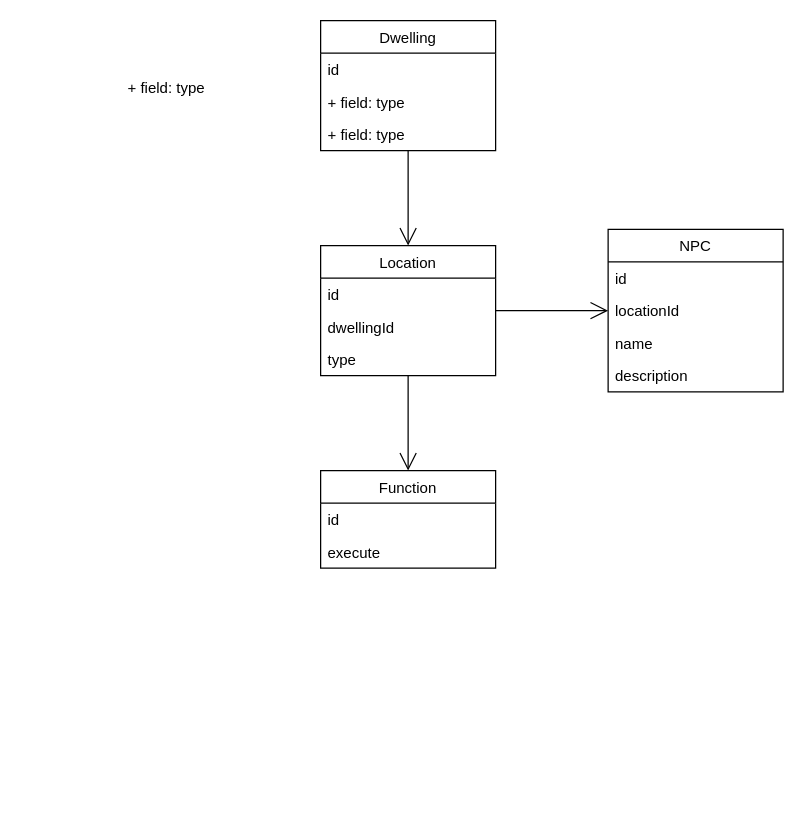
Oglop/RPGSim_r2 keeps this draw.io diagram as _designs/city_locations.drawio. Above is the earlier version. Source tidied: cells renumbered, new cells numbered last; positions are measured from the earlier drawing's top-left corner, leaving out a move shared by most shapes. Both pictures are drawn from the tidied source at 125%, with x=0, y=0 at pixel (120, 20).
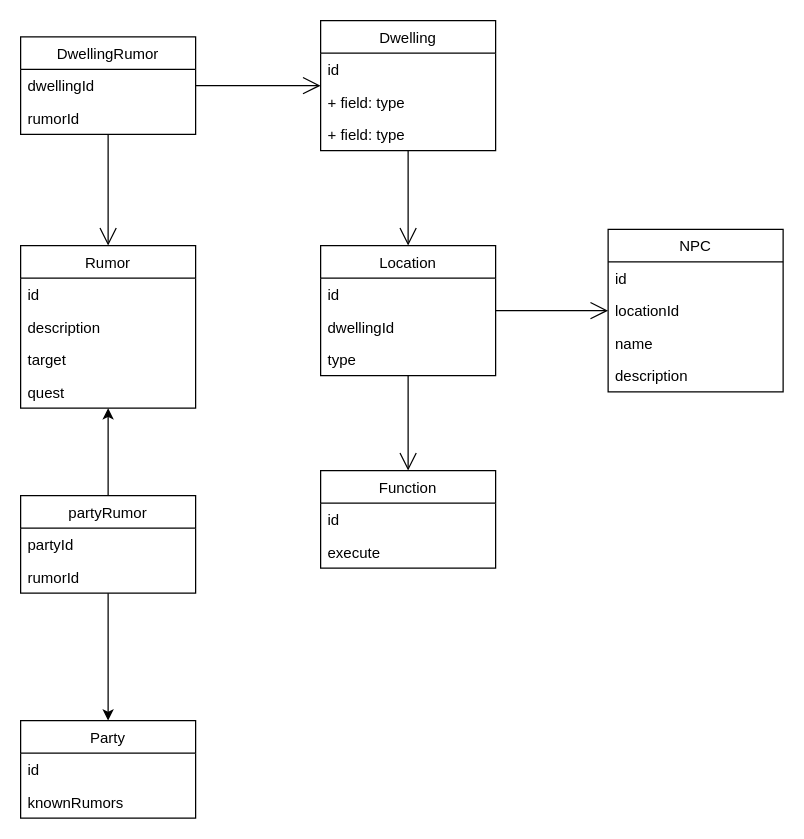
After the change.

Unchanged cells that the change refers to:
```xml
<mxCell id="2" value="Dwelling" style="swimlane;fontStyle=0;horizontal=1;startSize=26;fillColor=none;" parent="1" vertex="1">
  <mxGeometry x="160" width="140" height="104" as="geometry" />
</mxCell>
```

Diff of the diagram source:
```diff
@@
-    <mxCell id="15" value="+ field: type" style="text;strokeColor=none;fillColor=none;align=left;verticalAlign=top;spacingLeft=4;spacingRight=4;overflow=hidden;" parent="1" vertex="1">
-      <mxGeometry y="40" width="140" height="26" as="geometry" />
-    </mxCell>
@@
+    <mxCell id="22" value="Rumor" style="swimlane;fontStyle=0;horizontal=1;startSize=26;fillColor=none;" parent="1" vertex="1">
+      <mxGeometry x="-80" y="180" width="140" height="130" as="geometry" />
+    </mxCell>
+    <mxCell id="23" value="id" style="text;strokeColor=none;fillColor=none;align=left;verticalAlign=top;spacingLeft=4;spacingRight=4;overflow=hidden;" parent="22" vertex="1">
+      <mxGeometry y="26" width="140" height="26" as="geometry" />
+    </mxCell>
+    <mxCell id="24" value="description" style="text;strokeColor=none;fillColor=none;align=left;verticalAlign=top;spacingLeft=4;spacingRight=4;overflow=hidden;" parent="22" vertex="1">
+      <mxGeometry y="52" width="140" height="26" as="geometry" />
+    </mxCell>
+    <mxCell id="25" value="target" style="text;strokeColor=none;fillColor=none;align=left;verticalAlign=top;spacingLeft=4;spacingRight=4;overflow=hidden;" parent="22" vertex="1">
+      <mxGeometry y="78" width="140" height="26" as="geometry" />
+    </mxCell>
+    <mxCell id="26" value="quest" style="text;strokeColor=none;fillColor=none;align=left;verticalAlign=top;spacingLeft=4;spacingRight=4;overflow=hidden;" parent="22" vertex="1">
+      <mxGeometry y="104" width="140" height="26" as="geometry" />
+    </mxCell>
+    <mxCell id="27" value="DwellingRumor" style="swimlane;fontStyle=0;horizontal=1;startSize=26;fillColor=none;" parent="1" vertex="1">
+      <mxGeometry x="-80" y="13" width="140" height="78" as="geometry" />
+    </mxCell>
+    <mxCell id="28" value="dwellingId" style="text;strokeColor=none;fillColor=none;align=left;verticalAlign=top;spacingLeft=4;spacingRight=4;overflow=hidden;" parent="27" vertex="1">
+      <mxGeometry y="26" width="140" height="26" as="geometry" />
+    </mxCell>
+    <mxCell id="29" value="rumorId" style="text;strokeColor=none;fillColor=none;align=left;verticalAlign=top;spacingLeft=4;spacingRight=4;overflow=hidden;" parent="27" vertex="1">
+      <mxGeometry y="52" width="140" height="26" as="geometry" />
+    </mxCell>
+    <mxCell id="30" style="endArrow=open;endFill=1;endSize=12;html=1;rounded=0;" parent="1" edge="1" source="27" target="22">
+      <mxGeometry relative="1" as="geometry" />
+    </mxCell>
+    <mxCell id="31" style="endArrow=open;endFill=1;endSize=12;html=1;rounded=0;" parent="1" edge="1" source="27" target="2">
+      <mxGeometry relative="1" as="geometry" />
+    </mxCell>
+    <mxCell id="32" value="Party" style="swimlane;fontStyle=0;horizontal=1;startSize=26;fillColor=none;" parent="1" vertex="1">
+      <mxGeometry x="-80" y="560" width="140" height="78" as="geometry" />
+    </mxCell>
+    <mxCell id="33" value="id" style="text;strokeColor=none;fillColor=none;align=left;verticalAlign=top;spacingLeft=4;spacingRight=4;overflow=hidden;" parent="32" vertex="1">
+      <mxGeometry y="26" width="140" height="26" as="geometry" />
+    </mxCell>
+    <mxCell id="34" value="knownRumors" style="text;strokeColor=none;fillColor=none;align=left;verticalAlign=top;spacingLeft=4;spacingRight=4;overflow=hidden;" parent="32" vertex="1">
+      <mxGeometry y="52" width="140" height="26" as="geometry" />
+    </mxCell>
+    <mxCell id="35" style="endArrow=classic;html=1;rounded=0;" parent="1" edge="1" source="36" target="32">
+      <mxGeometry relative="1" as="geometry" />
+    </mxCell>
+    <mxCell id="36" value="partyRumor" style="swimlane;fontStyle=0;horizontal=1;startSize=26;fillColor=none;" parent="1" vertex="1">
+      <mxGeometry x="-80" y="380" width="140" height="78" as="geometry" />
+    </mxCell>
+    <mxCell id="37" value="partyId" style="text;strokeColor=none;fillColor=none;align=left;verticalAlign=top;spacingLeft=4;spacingRight=4;overflow=hidden;" parent="36" vertex="1">
+      <mxGeometry y="26" width="140" height="26" as="geometry" />
+    </mxCell>
+    <mxCell id="38" value="rumorId" style="text;strokeColor=none;fillColor=none;align=left;verticalAlign=top;spacingLeft=4;spacingRight=4;overflow=hidden;" parent="36" vertex="1">
+      <mxGeometry y="52" width="140" height="26" as="geometry" />
+    </mxCell>
+    <mxCell id="39" style="endArrow=classic;html=1;rounded=0;" parent="1" edge="1" source="36" target="22">
+      <mxGeometry relative="1" as="geometry" />
+    </mxCell>
```
